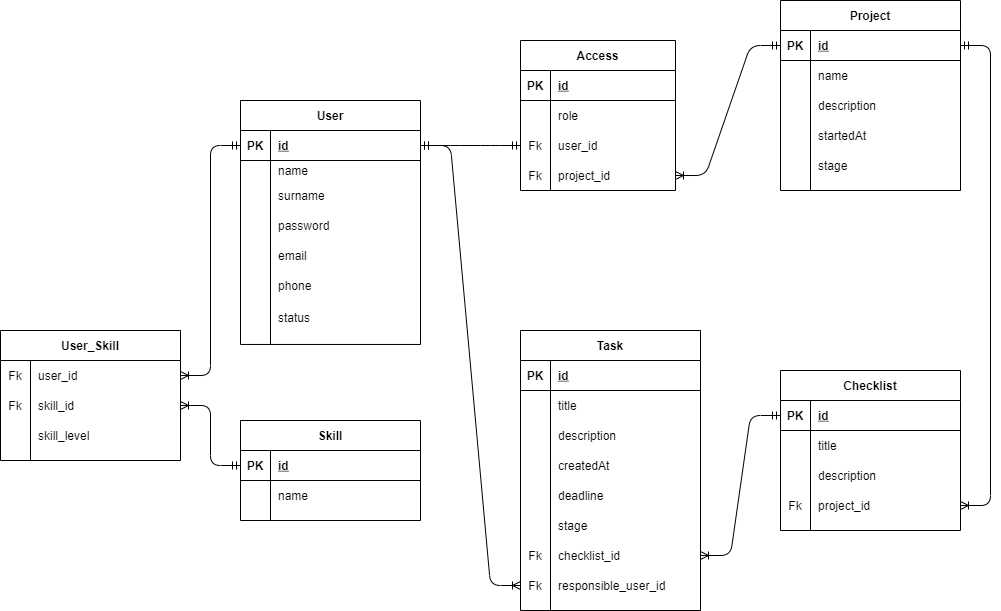
Above: images/database.png in anrysliusar/Project-Zone (draw.io), before the change. Source tidied: cells renumbered, new cells last; positions are measured from the earlier drawing's top-left corner, leaving out a move shared by most shapes.
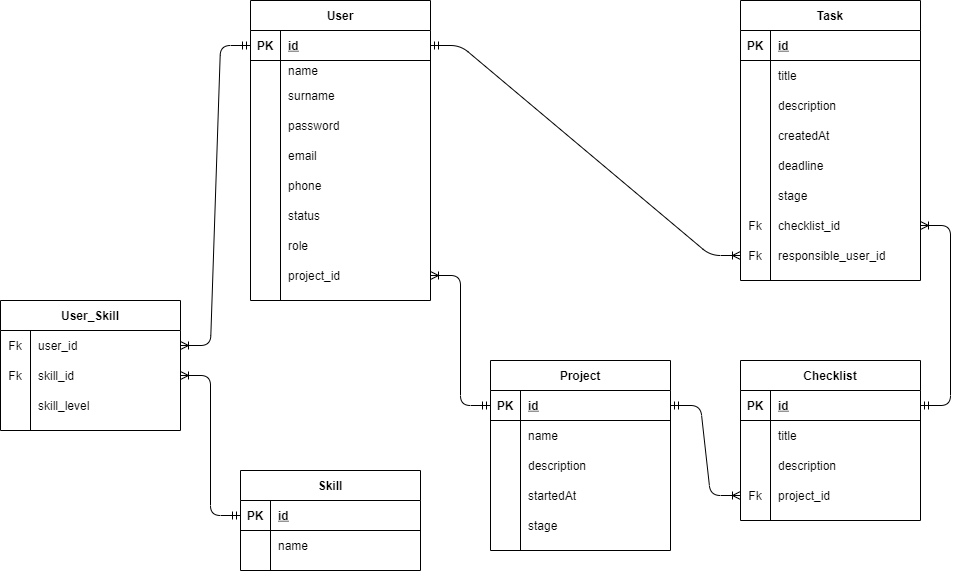
Later version of the same file.

Commit message:
fix database scheme

What changed in the source:
```diff
@@ -2,116 +2,8 @@
   <root>
     <mxCell id="0" />
     <mxCell id="1" parent="0" />
-    <mxCell id="2" value="User" style="shape=table;startSize=30;rowLines=0;fontStyle=1;align=center;" parent="1" vertex="1">
-      <mxGeometry x="240" y="100" width="180" height="244" as="geometry" />
-    </mxCell>
-    <mxCell id="3" style="shape=partialRectangle;fillColor=none;top=0;left=0;bottom=1;right=0;points=[[0,0.5],[1,0.5]];portConstraint=eastwest;" parent="2" vertex="1">
-      <mxGeometry y="30" width="180" height="30" as="geometry" />
-    </mxCell>
-    <mxCell id="4" value="PK" style="shape=partialRectangle;fillColor=none;top=0;left=0;bottom=0;right=0;fontStyle=1;overflow=hidden;" parent="3" vertex="1">
-      <mxGeometry width="30" height="30" as="geometry" />
-    </mxCell>
-    <mxCell id="5" value="id" style="shape=partialRectangle;fillColor=none;top=0;left=0;bottom=0;right=0;align=left;spacingLeft=6;fontStyle=5;overflow=hidden;" parent="3" vertex="1">
-      <mxGeometry x="30" width="150" height="30" as="geometry" />
-    </mxCell>
-    <mxCell id="6" style="shape=partialRectangle;fillColor=none;top=0;left=0;bottom=0;right=0;" parent="2" vertex="1">
-      <mxGeometry y="60" width="180" height="20" as="geometry" />
-    </mxCell>
-    <mxCell id="7" style="shape=partialRectangle;fillColor=none;top=0;left=0;bottom=0;right=0;overflow=hidden;" parent="6" vertex="1">
-      <mxGeometry width="30" height="20" as="geometry" />
-    </mxCell>
-    <mxCell id="8" value="name" style="shape=partialRectangle;fillColor=none;top=0;left=0;bottom=0;right=0;align=left;spacingLeft=6;overflow=hidden;" parent="6" vertex="1">
-      <mxGeometry x="30" width="150" height="20" as="geometry" />
-    </mxCell>
-    <mxCell id="9" style="shape=partialRectangle;fillColor=none;top=0;left=0;bottom=0;right=0;" parent="2" vertex="1">
-      <mxGeometry y="80" width="180" height="30" as="geometry" />
-    </mxCell>
-    <mxCell id="10" style="shape=partialRectangle;fillColor=none;top=0;left=0;bottom=0;right=0;overflow=hidden;" parent="9" vertex="1">
-      <mxGeometry width="30" height="30" as="geometry" />
-    </mxCell>
-    <mxCell id="11" value="surname" style="shape=partialRectangle;fillColor=none;top=0;left=0;bottom=0;right=0;align=left;spacingLeft=6;overflow=hidden;" parent="9" vertex="1">
-      <mxGeometry x="30" width="150" height="30" as="geometry" />
-    </mxCell>
-    <mxCell id="12" style="shape=partialRectangle;fillColor=none;top=0;left=0;bottom=0;right=0;" parent="2" vertex="1">
-      <mxGeometry y="110" width="180" height="30" as="geometry" />
-    </mxCell>
-    <mxCell id="13" style="shape=partialRectangle;fillColor=none;top=0;left=0;bottom=0;right=0;overflow=hidden;" parent="12" vertex="1">
-      <mxGeometry width="30" height="30" as="geometry" />
-    </mxCell>
-    <mxCell id="14" value="password" style="shape=partialRectangle;fillColor=none;top=0;left=0;bottom=0;right=0;align=left;spacingLeft=6;overflow=hidden;" parent="12" vertex="1">
-      <mxGeometry x="30" width="150" height="30" as="geometry" />
-    </mxCell>
-    <mxCell id="15" style="shape=partialRectangle;fillColor=none;top=0;left=0;bottom=0;right=0;" parent="2" vertex="1">
-      <mxGeometry y="140" width="180" height="30" as="geometry" />
-    </mxCell>
-    <mxCell id="16" style="shape=partialRectangle;fillColor=none;top=0;left=0;bottom=0;right=0;overflow=hidden;" parent="15" vertex="1">
-      <mxGeometry width="30" height="30" as="geometry" />
-    </mxCell>
-    <mxCell id="17" value="email" style="shape=partialRectangle;fillColor=none;top=0;left=0;bottom=0;right=0;align=left;spacingLeft=6;overflow=hidden;" parent="15" vertex="1">
-      <mxGeometry x="30" width="150" height="30" as="geometry" />
-    </mxCell>
-    <mxCell id="18" style="shape=partialRectangle;fillColor=none;top=0;left=0;bottom=0;right=0;" parent="2" vertex="1">
-      <mxGeometry y="170" width="180" height="30" as="geometry" />
-    </mxCell>
-    <mxCell id="19" style="shape=partialRectangle;fillColor=none;top=0;left=0;bottom=0;right=0;overflow=hidden;" parent="18" vertex="1">
-      <mxGeometry width="30" height="30" as="geometry" />
-    </mxCell>
-    <mxCell id="20" value="phone" style="shape=partialRectangle;fillColor=none;top=0;left=0;bottom=0;right=0;align=left;spacingLeft=6;overflow=hidden;" parent="18" vertex="1">
-      <mxGeometry x="30" width="150" height="30" as="geometry" />
-    </mxCell>
-    <mxCell id="21" style="shape=partialRectangle;fillColor=none;top=0;left=0;bottom=0;right=0;" parent="2" vertex="1">
-      <mxGeometry y="200" width="180" height="34" as="geometry" />
-    </mxCell>
-    <mxCell id="22" style="shape=partialRectangle;fillColor=none;top=0;left=0;bottom=0;right=0;overflow=hidden;" parent="21" vertex="1">
-      <mxGeometry width="30" height="34" as="geometry" />
-    </mxCell>
-    <mxCell id="23" value="status" style="shape=partialRectangle;fillColor=none;top=0;left=0;bottom=0;right=0;align=left;spacingLeft=6;overflow=hidden;" parent="21" vertex="1">
-      <mxGeometry x="30" width="150" height="34" as="geometry" />
-    </mxCell>
-    <mxCell id="24" value="Access" style="shape=table;startSize=30;rowLines=0;fontStyle=1;align=center;" parent="1" vertex="1">
-      <mxGeometry x="520" y="40" width="155" height="150" as="geometry" />
-    </mxCell>
-    <mxCell id="25" style="shape=partialRectangle;fillColor=none;top=0;left=0;bottom=1;right=0;" parent="24" vertex="1">
-      <mxGeometry y="30" width="155" height="30" as="geometry" />
-    </mxCell>
-    <mxCell id="26" value="PK" style="shape=partialRectangle;fillColor=none;top=0;left=0;bottom=0;right=0;fontStyle=1;overflow=hidden;" parent="25" vertex="1">
-      <mxGeometry width="30" height="30" as="geometry" />
-    </mxCell>
-    <mxCell id="27" value="id" style="shape=partialRectangle;fillColor=none;top=0;left=0;bottom=0;right=0;align=left;spacingLeft=6;fontStyle=5;overflow=hidden;" parent="25" vertex="1">
-      <mxGeometry x="30" width="125" height="30" as="geometry" />
-    </mxCell>
-    <mxCell id="28" style="shape=partialRectangle;fillColor=none;top=0;left=0;bottom=0;right=0;" parent="24" vertex="1">
-      <mxGeometry y="60" width="155" height="30" as="geometry" />
-    </mxCell>
-    <mxCell id="29" style="shape=partialRectangle;fillColor=none;top=0;left=0;bottom=0;right=0;overflow=hidden;" parent="28" vertex="1">
-      <mxGeometry width="30" height="30" as="geometry" />
-    </mxCell>
-    <mxCell id="30" value="role" style="shape=partialRectangle;fillColor=none;top=0;left=0;bottom=0;right=0;align=left;spacingLeft=6;overflow=hidden;" parent="28" vertex="1">
-      <mxGeometry x="30" width="125" height="30" as="geometry" />
-    </mxCell>
-    <mxCell id="31" style="shape=partialRectangle;fillColor=none;top=0;left=0;bottom=0;right=0;points=[[0,0.5],[1,0.5]];portConstraint=eastwest;" parent="24" vertex="1">
-      <mxGeometry y="90" width="155" height="30" as="geometry" />
-    </mxCell>
-    <mxCell id="32" value="Fk" style="shape=partialRectangle;fillColor=none;top=0;left=0;bottom=0;right=0;overflow=hidden;" parent="31" vertex="1">
-      <mxGeometry width="30" height="30" as="geometry" />
-    </mxCell>
-    <mxCell id="33" value="user_id" style="shape=partialRectangle;fillColor=none;top=0;left=0;bottom=0;right=0;align=left;spacingLeft=6;overflow=hidden;" parent="31" vertex="1">
-      <mxGeometry x="30" width="125" height="30" as="geometry" />
-    </mxCell>
-    <mxCell id="34" style="shape=partialRectangle;fillColor=none;top=0;left=0;bottom=0;right=0;points=[[0,0.5],[1,0.5]];portConstraint=eastwest;" parent="24" vertex="1">
-      <mxGeometry y="120" width="155" height="30" as="geometry" />
-    </mxCell>
-    <mxCell id="35" value="Fk" style="shape=partialRectangle;fillColor=none;top=0;left=0;bottom=0;right=0;overflow=hidden;" parent="34" vertex="1">
-      <mxGeometry width="30" height="30" as="geometry" />
-    </mxCell>
-    <mxCell id="36" value="project_id" style="shape=partialRectangle;fillColor=none;top=0;left=0;bottom=0;right=0;align=left;spacingLeft=6;overflow=hidden;" parent="34" vertex="1">
-      <mxGeometry x="30" width="125" height="30" as="geometry" />
-    </mxCell>
-    <mxCell id="37" style="edgeStyle=entityRelationEdgeStyle;fontSize=12;html=1;endArrow=ERmandOne;startArrow=ERmandOne;exitX=0;exitY=0.5;exitDx=0;exitDy=0;entryX=1;entryY=0.5;entryDx=0;entryDy=0;" parent="1" edge="1" source="31" target="3">
-      <mxGeometry relative="1" as="geometry" />
-    </mxCell>
     <mxCell id="38" value="Project" style="shape=table;startSize=30;rowLines=0;fontStyle=1;align=center;" parent="1" vertex="1">
-      <mxGeometry x="780" width="180" height="190" as="geometry" />
+      <mxGeometry x="490" y="390" width="180" height="190" as="geometry" />
     </mxCell>
     <mxCell id="39" style="shape=partialRectangle;fillColor=none;top=0;left=0;bottom=1;right=0;points=[[0,0.5],[1,0.5]];portConstraint=eastwest;" parent="38" vertex="1">
       <mxGeometry y="30" width="180" height="30" as="geometry" />
@@ -159,7 +51,7 @@
       <mxGeometry x="30" width="150" height="30" as="geometry" />
     </mxCell>
     <mxCell id="54" value="Checklist" style="shape=table;startSize=30;rowLines=0;fontStyle=1;align=center;" parent="1" vertex="1">
-      <mxGeometry x="780" y="370" width="180" height="160" as="geometry" />
+      <mxGeometry x="740" y="390" width="180" height="160" as="geometry" />
     </mxCell>
     <mxCell id="55" style="shape=partialRectangle;fillColor=none;top=0;left=0;bottom=1;right=0;points=[[0,0.5],[1,0.5]];portConstraint=eastwest;" parent="54" vertex="1">
       <mxGeometry y="30" width="180" height="30" as="geometry" />
@@ -197,11 +89,11 @@
     <mxCell id="66" value="project_id" style="shape=partialRectangle;fillColor=none;top=0;left=0;bottom=0;right=0;align=left;spacingLeft=6;overflow=hidden;" parent="64" vertex="1">
       <mxGeometry x="30" width="150" height="30" as="geometry" />
     </mxCell>
-    <mxCell id="67" style="edgeStyle=entityRelationEdgeStyle;fontSize=12;html=1;endArrow=ERoneToMany;startArrow=ERmandOne;exitX=1;exitY=0.5;exitDx=0;exitDy=0;entryX=1;entryY=0.5;entryDx=0;entryDy=0;" parent="1" edge="1" source="39" target="64">
+    <mxCell id="67" style="edgeStyle=entityRelationEdgeStyle;fontSize=12;html=1;endArrow=ERoneToMany;startArrow=ERmandOne;exitX=1;exitY=0.5;exitDx=0;exitDy=0;entryX=0;entryY=0.5;entryDx=0;entryDy=0;" parent="1" edge="1" source="39" target="64">
       <mxGeometry relative="1" as="geometry" />
     </mxCell>
     <mxCell id="68" value="Skill" style="shape=table;startSize=30;rowLines=0;fontStyle=1;align=center;" parent="1" vertex="1">
-      <mxGeometry x="240" y="420" width="180" height="100" as="geometry" />
+      <mxGeometry x="240" y="500" width="180" height="100" as="geometry" />
     </mxCell>
     <mxCell id="69" style="shape=partialRectangle;fillColor=none;top=0;left=0;bottom=1;right=0;points=[[0,0.5],[1,0.5]];portConstraint=eastwest;" parent="68" vertex="1">
       <mxGeometry y="30" width="180" height="30" as="geometry" />
@@ -257,17 +149,17 @@
     <mxCell id="86" style="edgeStyle=entityRelationEdgeStyle;fontSize=12;html=1;endArrow=ERoneToMany;startArrow=ERmandOne;exitX=0;exitY=0.5;exitDx=0;exitDy=0;entryX=1;entryY=0.5;entryDx=0;entryDy=0;" parent="1" edge="1" source="69" target="79">
       <mxGeometry relative="1" as="geometry" />
     </mxCell>
-    <mxCell id="87" style="edgeStyle=entityRelationEdgeStyle;fontSize=12;html=1;endArrow=ERoneToMany;startArrow=ERmandOne;exitX=1;exitY=0.5;exitDx=0;exitDy=0;entryX=0;entryY=0.5;entryDx=0;entryDy=0;" parent="1" edge="1" source="3" target="112">
+    <mxCell id="87" style="edgeStyle=entityRelationEdgeStyle;fontSize=12;html=1;endArrow=ERoneToMany;startArrow=ERmandOne;entryX=0;entryY=0.5;entryDx=0;entryDy=0;exitX=1;exitY=0.5;exitDx=0;exitDy=0;" parent="1" edge="1" source="3" target="112">
       <mxGeometry relative="1" as="geometry" />
     </mxCell>
-    <mxCell id="88" style="edgeStyle=entityRelationEdgeStyle;fontSize=12;html=1;endArrow=ERoneToMany;startArrow=ERmandOne;exitX=0;exitY=0.5;exitDx=0;exitDy=0;entryX=1;entryY=0.5;entryDx=0;entryDy=0;" parent="1" edge="1" source="55" target="109">
+    <mxCell id="88" style="edgeStyle=entityRelationEdgeStyle;fontSize=12;html=1;endArrow=ERoneToMany;startArrow=ERmandOne;entryX=1;entryY=0.5;entryDx=0;entryDy=0;" parent="1" edge="1" source="55" target="109">
       <mxGeometry relative="1" as="geometry" />
     </mxCell>
-    <mxCell id="89" style="edgeStyle=entityRelationEdgeStyle;fontSize=12;html=1;endArrow=ERoneToMany;startArrow=ERmandOne;exitX=0;exitY=0.5;exitDx=0;exitDy=0;entryX=1;entryY=0.5;entryDx=0;entryDy=0;" parent="1" edge="1" source="39" target="34">
+    <mxCell id="89" style="edgeStyle=entityRelationEdgeStyle;fontSize=12;html=1;endArrow=ERoneToMany;startArrow=ERmandOne;exitX=0;exitY=0.5;exitDx=0;exitDy=0;" parent="1" edge="1" source="39" target="124">
       <mxGeometry relative="1" as="geometry" />
     </mxCell>
     <mxCell id="90" value="Task" style="shape=table;startSize=30;rowLines=0;fontStyle=1;align=center;" parent="1" vertex="1">
-      <mxGeometry x="520" y="330" width="180" height="280" as="geometry" />
+      <mxGeometry x="740" y="30" width="180" height="280" as="geometry" />
     </mxCell>
     <mxCell id="91" style="shape=partialRectangle;fillColor=none;top=0;left=0;bottom=1;right=0;" parent="90" vertex="1">
       <mxGeometry y="30" width="180" height="30" as="geometry" />
@@ -341,5 +233,89 @@
     <mxCell id="114" value="responsible_user_id" style="shape=partialRectangle;fillColor=none;top=0;left=0;bottom=0;right=0;align=left;spacingLeft=6;overflow=hidden;" parent="112" vertex="1">
       <mxGeometry x="30" width="150" height="30" as="geometry" />
     </mxCell>
+    <mxCell id="2" value="User" style="shape=table;startSize=30;rowLines=0;fontStyle=1;align=center;" parent="1" vertex="1">
+      <mxGeometry x="250" y="30" width="180" height="300" as="geometry" />
+    </mxCell>
+    <mxCell id="3" style="shape=partialRectangle;fillColor=none;top=0;left=0;bottom=1;right=0;points=[[0,0.5],[1,0.5]];portConstraint=eastwest;" parent="2" vertex="1">
+      <mxGeometry y="30" width="180" height="30" as="geometry" />
+    </mxCell>
+    <mxCell id="115" value="PK" style="shape=partialRectangle;fillColor=none;top=0;left=0;bottom=0;right=0;fontStyle=1;overflow=hidden;" parent="3" vertex="1">
+      <mxGeometry width="30" height="30" as="geometry" />
+    </mxCell>
+    <mxCell id="5" value="id" style="shape=partialRectangle;fillColor=none;top=0;left=0;bottom=0;right=0;align=left;spacingLeft=6;fontStyle=5;overflow=hidden;" parent="3" vertex="1">
+      <mxGeometry x="30" width="150" height="30" as="geometry" />
+    </mxCell>
+    <mxCell id="6" style="shape=partialRectangle;fillColor=none;top=0;left=0;bottom=0;right=0;" parent="2" vertex="1">
+      <mxGeometry y="60" width="180" height="20" as="geometry" />
+    </mxCell>
+    <mxCell id="7" style="shape=partialRectangle;fillColor=none;top=0;left=0;bottom=0;right=0;overflow=hidden;" parent="6" vertex="1">
+      <mxGeometry width="30" height="20" as="geometry" />
+    </mxCell>
+    <mxCell id="8" value="name" style="shape=partialRectangle;fillColor=none;top=0;left=0;bottom=0;right=0;align=left;spacingLeft=6;overflow=hidden;" parent="6" vertex="1">
+      <mxGeometry x="30" width="150" height="20" as="geometry" />
+    </mxCell>
+    <mxCell id="9" style="shape=partialRectangle;fillColor=none;top=0;left=0;bottom=0;right=0;" parent="2" vertex="1">
+      <mxGeometry y="80" width="180" height="30" as="geometry" />
+    </mxCell>
+    <mxCell id="116" style="shape=partialRectangle;fillColor=none;top=0;left=0;bottom=0;right=0;overflow=hidden;" parent="9" vertex="1">
+      <mxGeometry width="30" height="30" as="geometry" />
+    </mxCell>
+    <mxCell id="11" value="surname" style="shape=partialRectangle;fillColor=none;top=0;left=0;bottom=0;right=0;align=left;spacingLeft=6;overflow=hidden;" parent="9" vertex="1">
+      <mxGeometry x="30" width="150" height="30" as="geometry" />
+    </mxCell>
+    <mxCell id="12" style="shape=partialRectangle;fillColor=none;top=0;left=0;bottom=0;right=0;" parent="2" vertex="1">
+      <mxGeometry y="110" width="180" height="30" as="geometry" />
+    </mxCell>
+    <mxCell id="117" style="shape=partialRectangle;fillColor=none;top=0;left=0;bottom=0;right=0;overflow=hidden;" parent="12" vertex="1">
+      <mxGeometry width="30" height="30" as="geometry" />
+    </mxCell>
+    <mxCell id="14" value="password" style="shape=partialRectangle;fillColor=none;top=0;left=0;bottom=0;right=0;align=left;spacingLeft=6;overflow=hidden;" parent="12" vertex="1">
+      <mxGeometry x="30" width="150" height="30" as="geometry" />
+    </mxCell>
+    <mxCell id="15" style="shape=partialRectangle;fillColor=none;top=0;left=0;bottom=0;right=0;" parent="2" vertex="1">
+      <mxGeometry y="140" width="180" height="30" as="geometry" />
+    </mxCell>
+    <mxCell id="118" style="shape=partialRectangle;fillColor=none;top=0;left=0;bottom=0;right=0;overflow=hidden;" parent="15" vertex="1">
+      <mxGeometry width="30" height="30" as="geometry" />
+    </mxCell>
+    <mxCell id="17" value="email" style="shape=partialRectangle;fillColor=none;top=0;left=0;bottom=0;right=0;align=left;spacingLeft=6;overflow=hidden;" parent="15" vertex="1">
+      <mxGeometry x="30" width="150" height="30" as="geometry" />
+    </mxCell>
+    <mxCell id="18" style="shape=partialRectangle;fillColor=none;top=0;left=0;bottom=0;right=0;" parent="2" vertex="1">
+      <mxGeometry y="170" width="180" height="30" as="geometry" />
+    </mxCell>
+    <mxCell id="119" style="shape=partialRectangle;fillColor=none;top=0;left=0;bottom=0;right=0;overflow=hidden;" parent="18" vertex="1">
+      <mxGeometry width="30" height="30" as="geometry" />
+    </mxCell>
+    <mxCell id="20" value="phone" style="shape=partialRectangle;fillColor=none;top=0;left=0;bottom=0;right=0;align=left;spacingLeft=6;overflow=hidden;" parent="18" vertex="1">
+      <mxGeometry x="30" width="150" height="30" as="geometry" />
+    </mxCell>
+    <mxCell id="120" style="shape=partialRectangle;fillColor=none;top=0;left=0;bottom=0;right=0;" parent="2" vertex="1">
+      <mxGeometry y="200" width="180" height="30" as="geometry" />
+    </mxCell>
+    <mxCell id="121" style="shape=partialRectangle;fillColor=none;top=0;left=0;bottom=0;right=0;overflow=hidden;" parent="120" vertex="1">
+      <mxGeometry width="30" height="30" as="geometry" />
+    </mxCell>
+    <mxCell id="23" value="status" style="shape=partialRectangle;fillColor=none;top=0;left=0;bottom=0;right=0;align=left;spacingLeft=6;overflow=hidden;" parent="120" vertex="1">
+      <mxGeometry x="30" width="150" height="30" as="geometry" />
+    </mxCell>
+    <mxCell id="122" style="shape=partialRectangle;fillColor=none;top=0;left=0;bottom=0;right=0;" parent="2" vertex="1">
+      <mxGeometry y="230" width="180" height="30" as="geometry" />
+    </mxCell>
+    <mxCell id="123" style="shape=partialRectangle;fillColor=none;top=0;left=0;bottom=0;right=0;overflow=hidden;" parent="122" vertex="1">
+      <mxGeometry width="30" height="30" as="geometry" />
+    </mxCell>
+    <mxCell id="30" value="role" style="shape=partialRectangle;fillColor=none;top=0;left=0;bottom=0;right=0;align=left;spacingLeft=6;overflow=hidden;" parent="122" vertex="1">
+      <mxGeometry x="30" width="150" height="30" as="geometry" />
+    </mxCell>
+    <mxCell id="124" style="shape=partialRectangle;fillColor=none;top=0;left=0;bottom=0;right=0;points=[[0,0.5],[1,0.5]];portConstraint=eastwest;" parent="2" vertex="1">
+      <mxGeometry y="260" width="180" height="30" as="geometry" />
+    </mxCell>
+    <mxCell id="125" style="shape=partialRectangle;fillColor=none;top=0;left=0;bottom=0;right=0;overflow=hidden;" parent="124" vertex="1">
+      <mxGeometry width="30" height="30" as="geometry" />
+    </mxCell>
+    <mxCell id="36" value="project_id" style="shape=partialRectangle;fillColor=none;top=0;left=0;bottom=0;right=0;align=left;spacingLeft=6;overflow=hidden;" parent="124" vertex="1">
+      <mxGeometry x="30" width="150" height="30" as="geometry" />
+    </mxCell>
   </root>
 </mxGraphModel>
```
